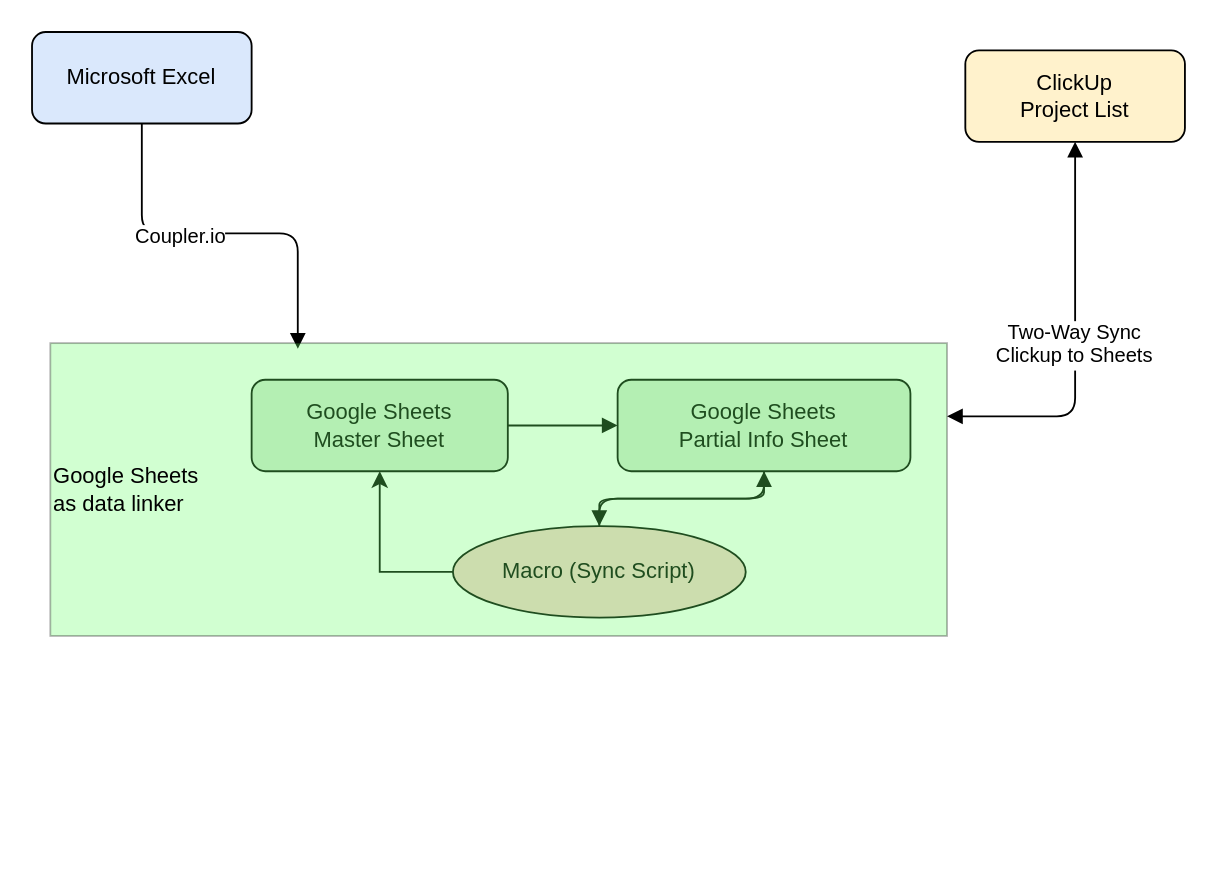
zackbanff/Flowcharts keeps this draw.io diagram as page "Clickup" (3 of 3) of Foremost Workflow.drawio. Above is the earlier version. Source tidied: cells renumbered, new cells numbered last; positions are measured from the earlier drawing's top-left corner, leaving out a move shared by most shapes. Both pictures are drawn from the tidied source at 183%, with x=0, y=0 at pixel (31, 31).
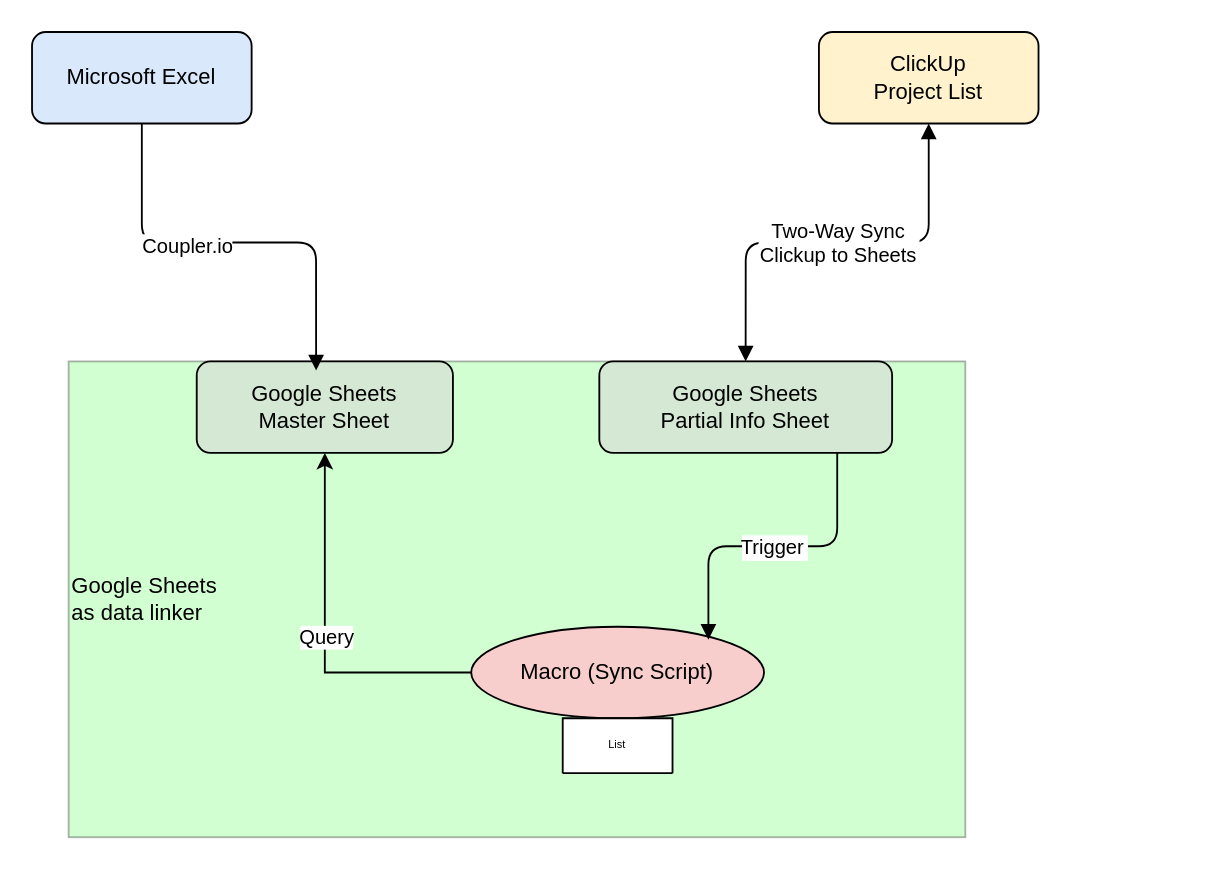
After the change.

Change to the diagram source:
```diff
@@
 <mxGraphModel>
   <root>
     <mxCell id="0" />
     <mxCell id="1" parent="0" />
+    <mxCell id="14" value="Google Sheets&amp;nbsp;&lt;div&gt;as data linker&amp;nbsp;&lt;/div&gt;" style="rounded=0;whiteSpace=wrap;html=1;fillColor=#66FF66;opacity=30;align=left;" parent="1" vertex="1">
+      <mxGeometry x="20" y="180" width="490" height="260" as="geometry" />
+    </mxCell>
     <mxCell id="2" value="Microsoft Excel" style="rounded=1;whiteSpace=wrap;html=1;align=center;verticalAlign=middle;fillColor=#dae8fc;" parent="1" vertex="1">
       <mxGeometry width="120" height="50" as="geometry" />
     </mxCell>
     <mxCell id="3" value="Google Sheets&#10;Master Sheet" style="rounded=1;whiteSpace=wrap;html=1;align=center;verticalAlign=middle;fillColor=#d5e8d4;" parent="1" vertex="1">
-      <mxGeometry x="120" y="190" width="140" height="50" as="geometry" />
+      <mxGeometry x="90" y="180" width="140" height="50" as="geometry" />
     </mxCell>
     <mxCell id="4" value="Google Sheets&#10;Partial Info Sheet" style="rounded=1;whiteSpace=wrap;html=1;align=center;verticalAlign=middle;fillColor=#d5e8d4;" parent="1" vertex="1">
-      <mxGeometry x="320" y="190" width="160" height="50" as="geometry" />
+      <mxGeometry x="310" y="180" width="160" height="50" as="geometry" />
     </mxCell>
     <mxCell id="5" value="ClickUp&#10;Project List" style="rounded=1;whiteSpace=wrap;html=1;align=center;verticalAlign=middle;fillColor=#fff2cc;" parent="1" vertex="1">
-      <mxGeometry x="510" y="10" width="120" height="50" as="geometry" />
+      <mxGeometry x="430" width="120" height="50" as="geometry" />
     </mxCell>
     <mxCell id="6" style="edgeStyle=orthogonalEdgeStyle;rounded=0;jettySize=auto;html=1;exitX=0;exitY=0.5;exitDx=0;exitDy=0;entryX=0.5;entryY=1;entryDx=0;entryDy=0;" parent="1" edge="1" source="7" target="3">
       <mxGeometry relative="1" as="geometry" />
     </mxCell>
+    <mxCell id="15" value="Query" style="edgeLabel;html=1;align=center;verticalAlign=middle;" parent="6" vertex="1">
+      <mxGeometry x="-0.16" y="1" relative="1" as="geometry">
+        <mxPoint x="1" y="-16" as="offset" />
+      </mxGeometry>
+    </mxCell>
     <mxCell id="7" value="Macro (Sync Script)" style="ellipse;whiteSpace=wrap;html=1;align=center;verticalAlign=middle;fillColor=#f8cecc;" parent="1" vertex="1">
-      <mxGeometry x="230" y="270" width="160" height="50" as="geometry" />
+      <mxGeometry x="240" y="325" width="160" height="50" as="geometry" />
     </mxCell>
     <mxCell id="8" style="endArrow=block;edgeStyle=orthogonalEdgeStyle;entryX=0.276;entryY=0.019;entryDx=0;entryDy=0;entryPerimeter=0;" parent="1" edge="1" source="2" target="14">
       <mxGeometry relative="1" as="geometry" />
     </mxCell>
     <mxCell id="9" value="Coupler.io" style="edgeLabel;html=1;align=center;verticalAlign=middle;" parent="8" vertex="1">
       <mxGeometry x="-0.23" y="-1" relative="1" as="geometry" />
     </mxCell>
-    <mxCell id="10" style="endArrow=block;edgeStyle=orthogonalEdgeStyle;" parent="1" edge="1" source="3" target="4">
-      <mxGeometry relative="1" as="geometry" />
-    </mxCell>
-    <mxCell id="11" value="Two-Way Sync&#10;Clickup to Sheets" style="edgeStyle=orthogonalEdgeStyle;startArrow=block;endArrow=block;exitX=1;exitY=0.25;exitDx=0;exitDy=0;" parent="1" edge="1" source="14" target="5">
-      <mxGeometry relative="1" as="geometry" />
+    <mxCell id="11" value="Two-Way Sync&#10;Clickup to Sheets" style="edgeStyle=orthogonalEdgeStyle;startArrow=block;endArrow=block;entryX=0.5;entryY=1;entryDx=0;entryDy=0;exitX=0.755;exitY=0;exitDx=0;exitDy=0;exitPerimeter=0;" parent="1" edge="1" source="14" target="5">
+      <mxGeometry x="0.01" relative="1" as="geometry">
+        <Array as="points">
+          <mxPoint x="390" y="115" />
+          <mxPoint x="490" y="115" />
+        </Array>
+      </mxGeometry>
     </mxCell>
-    <mxCell id="12" style="endArrow=block;edgeStyle=elbowEdgeStyle;elbow=vertical;" parent="1" edge="1" source="4" target="7">
-      <mxGeometry relative="1" as="geometry" />
+    <mxCell id="12" value="Trigger" style="endArrow=block;edgeStyle=elbowEdgeStyle;elbow=vertical;entryX=0.81;entryY=0.141;entryDx=0;entryDy=0;entryPerimeter=0;" parent="1" edge="1" target="7">
+      <mxGeometry relative="1" as="geometry">
+        <mxPoint x="440" y="230" as="sourcePoint" />
+      </mxGeometry>
     </mxCell>
-    <mxCell id="13" style="endArrow=block;edgeStyle=elbowEdgeStyle;elbow=vertical;" parent="1" edge="1" source="7" target="4">
-      <mxGeometry relative="1" as="geometry" />
-    </mxCell>
-    <mxCell id="14" value="Google Sheets&amp;nbsp;&lt;div&gt;as data linker&amp;nbsp;&lt;/div&gt;" style="rounded=0;whiteSpace=wrap;html=1;fillColor=#66FF66;opacity=30;align=left;" parent="1" vertex="1">
-      <mxGeometry x="10" y="170" width="490" height="160" as="geometry" />
-    </mxCell>
+    <mxCell id="16" value="List" style="swimlane;fontStyle=0;horizontal=1;startSize=30;whiteSpace=wrap;html=1;fontSize=6;spacing=2;" parent="1" vertex="1" collapsed="1">
+      <mxGeometry x="290" y="375" width="60" height="30" as="geometry" />
+    </mxCell>
   </root>
 </mxGraphModel>
```
